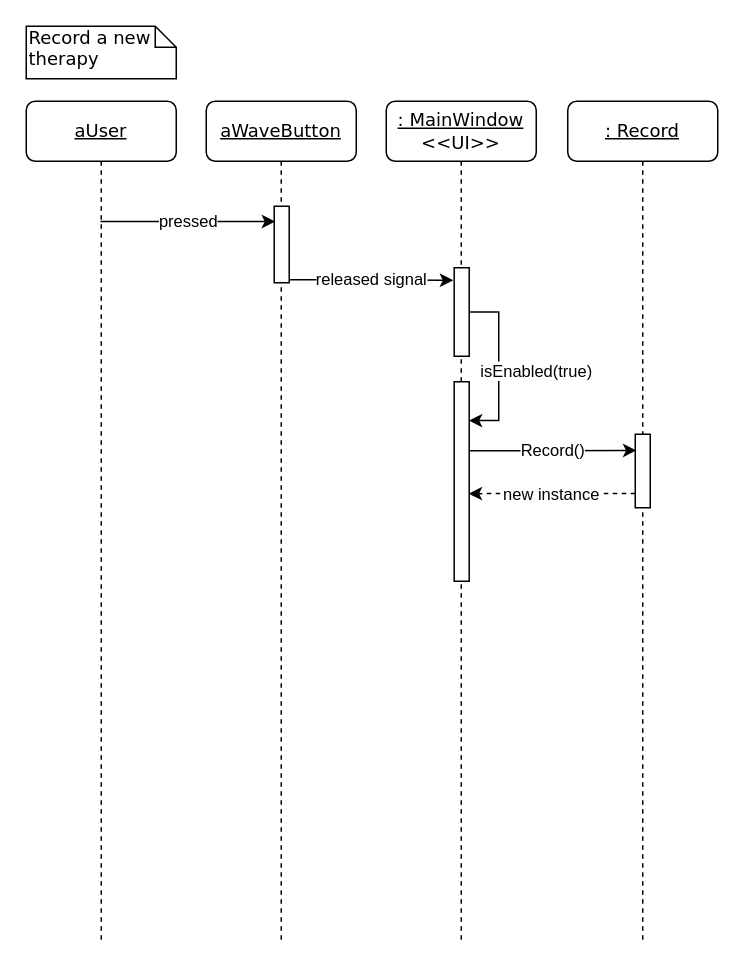
Above: Documentation/record_therapy.drawio in Hall-Andrew/CESDEVICE-3004FinalProject (draw.io), before the change. Source tidied: cells renumbered, new cells numbered last; positions are measured from the earlier drawing's top-left corner, leaving out a move shared by most shapes. Both pictures are drawn from the tidied source at 150%, with x=0, y=0 at pixel (26, 26).
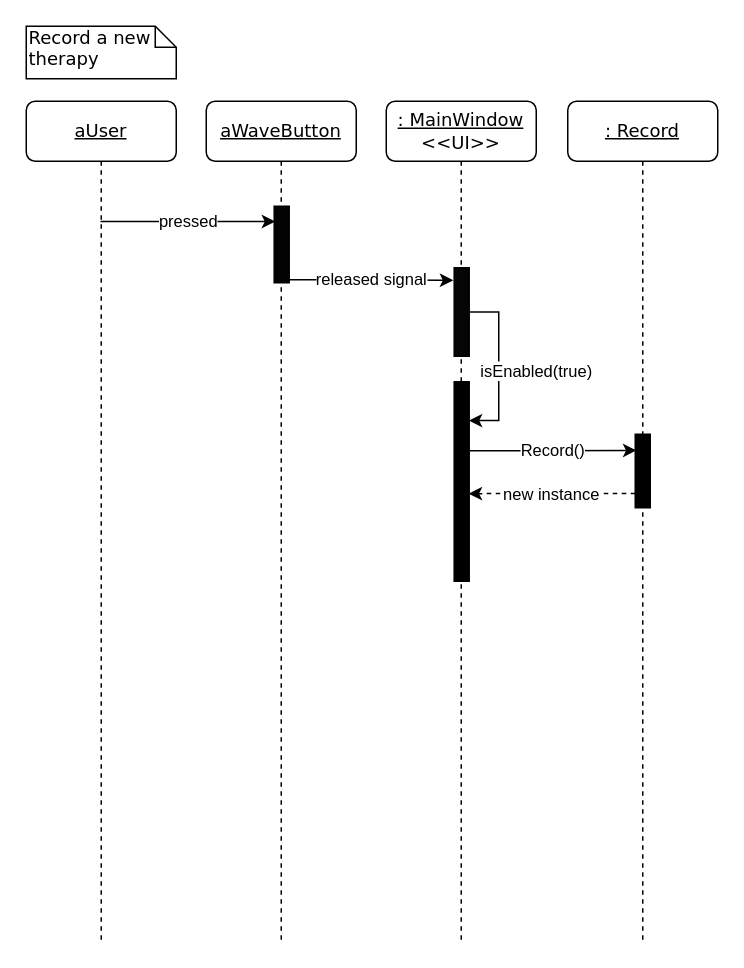
Above is the later version.

Commit message (it also covers changes not shown here):
Just changed a color tbh

Unchanged cells that the change refers to:
```xml
<mxCell id="5" value="&lt;u&gt;aWaveButton&lt;/u&gt;" style="shape=umlLifeline;perimeter=lifelinePerimeter;whiteSpace=wrap;html=1;rounded=1;shadow=0;comic=0;labelBackgroundColor=none;strokeWidth=1;fontFamily=Verdana;fontSize=12;align=center;" parent="1" vertex="1">
  <mxGeometry x="120" y="50" width="100" height="560" as="geometry" />
</mxCell>
<mxCell id="12" value="&lt;u&gt;: Record&lt;/u&gt;" style="shape=umlLifeline;perimeter=lifelinePerimeter;whiteSpace=wrap;html=1;rounded=1;shadow=0;comic=0;labelBackgroundColor=none;strokeWidth=1;fontFamily=Verdana;fontSize=12;align=center;" parent="1" vertex="1">
  <mxGeometry x="361" y="50" width="100" height="560" as="geometry" />
</mxCell>
```

The edit, as a diff of the source:
```diff
@@
-    <mxCell id="7" style="html=1;perimeter=orthogonalPerimeter;rounded=0;shadow=0;comic=0;labelBackgroundColor=none;strokeWidth=1;fontFamily=Verdana;fontSize=12;align=center;" parent="5" vertex="1">
+    <mxCell id="7" style="html=1;perimeter=orthogonalPerimeter;rounded=0;shadow=0;comic=0;labelBackgroundColor=none;strokeWidth=1;fontFamily=Verdana;fontSize=12;align=center;fillColor=#050505;" parent="5" vertex="1">
       <mxGeometry x="165.3" y="111" width="10" height="59" as="geometry" />
     </mxCell>
-    <mxCell id="8" style="html=1;points=[];perimeter=orthogonalPerimeter;rounded=0;shadow=0;comic=0;labelBackgroundColor=none;strokeWidth=1;fontFamily=Verdana;fontSize=12;align=center;" parent="5" vertex="1">
+    <mxCell id="8" style="html=1;points=[];perimeter=orthogonalPerimeter;rounded=0;shadow=0;comic=0;labelBackgroundColor=none;strokeWidth=1;fontFamily=Verdana;fontSize=12;align=center;strokeColor=#000000;fillColor=#030303;" parent="5" vertex="1">
       <mxGeometry x="45.3" y="70" width="10" height="51" as="geometry" />
     </mxCell>
@@
-    <mxCell id="10" style="html=1;perimeter=orthogonalPerimeter;rounded=0;shadow=0;comic=0;labelBackgroundColor=none;strokeWidth=1;fontFamily=Verdana;fontSize=12;align=center;" parent="5" vertex="1">
+    <mxCell id="10" style="html=1;perimeter=orthogonalPerimeter;rounded=0;shadow=0;comic=0;labelBackgroundColor=none;strokeWidth=1;fontFamily=Verdana;fontSize=12;align=center;fillColor=#000000;" parent="5" vertex="1">
       <mxGeometry x="165.3" y="187" width="10" height="133" as="geometry" />
     </mxCell>
@@
-    <mxCell id="13" style="html=1;perimeter=orthogonalPerimeter;rounded=0;shadow=0;comic=0;labelBackgroundColor=none;strokeWidth=1;fontFamily=Verdana;fontSize=12;align=center;" parent="12" vertex="1">
+    <mxCell id="13" style="html=1;perimeter=orthogonalPerimeter;rounded=0;shadow=0;comic=0;labelBackgroundColor=none;strokeWidth=1;fontFamily=Verdana;fontSize=12;align=center;fillColor=#000000;" parent="12" vertex="1">
       <mxGeometry x="45" y="222" width="10" height="49" as="geometry" />
     </mxCell>
```
